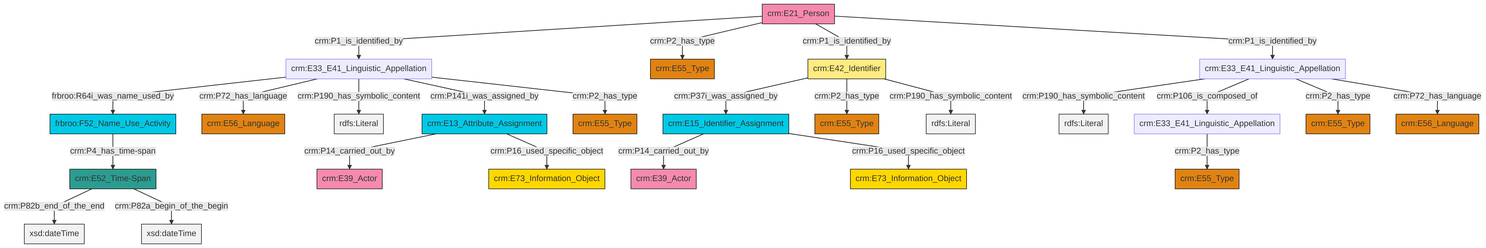
Earlier version of the Mermaid export et/personCSV/ttl/mmd/png/Person_Names_and_Classification.png (swiss-art-research-net/reference-data-models). Its source is kept beside it as et/personCSV/ttl/mmd/Person_Names_and_Classification.ttl.mmd.
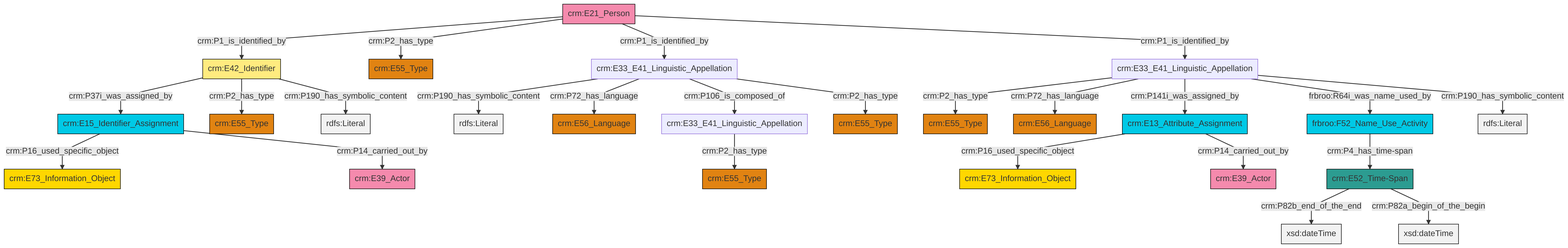
The same diagram one commit later.

What changed in the source:
```diff
@@ -13,27 +13,27 @@
 classDef PC_Classes fill:#4ce600, stroke:#000000;
 classDef Multi fill:#cccccc,stroke:#000000;
 
-2["crm:E33_E41_Linguistic_Appellation"]:::Default -->|frbroo:R64i_was_name_used_by| 3["frbroo:F52_Name_Use_Activity"]:::Temporal_Entity
-8["crm:E52_Time-Span"]:::Time-Span -->|crm:P82b_end_of_the_end| 9[xsd:dateTime]:::Literal
-10["crm:E21_Person"]:::Actor -->|crm:P1_is_identified_by| 2["crm:E33_E41_Linguistic_Appellation"]:::Default
-16["crm:E33_E41_Linguistic_Appellation"]:::Default -->|crm:P190_has_symbolic_content| 20[rdfs:Literal]:::Literal
-21["crm:E33_E41_Linguistic_Appellation"]:::Default -->|crm:P2_has_type| 12["crm:E55_Type"]:::Type
-25["crm:E15_Identifier_Assignment"]:::Temporal_Entity -->|crm:P14_carried_out_by| 4["crm:E39_Actor"]:::Actor
-26["crm:E42_Identifier"]:::Appellation -->|crm:P37i_was_assigned_by| 25["crm:E15_Identifier_Assignment"]:::Temporal_Entity
-3["frbroo:F52_Name_Use_Activity"]:::Temporal_Entity -->|crm:P4_has_time-span| 8["crm:E52_Time-Span"]:::Time-Span
-10["crm:E21_Person"]:::Actor -->|crm:P2_has_type| 28["crm:E55_Type"]:::Type
-30["crm:E13_Attribute_Assignment"]:::Temporal_Entity -->|crm:P14_carried_out_by| 31["crm:E39_Actor"]:::Actor
-16["crm:E33_E41_Linguistic_Appellation"]:::Default -->|crm:P106_is_composed_of| 21["crm:E33_E41_Linguistic_Appellation"]:::Default
-2["crm:E33_E41_Linguistic_Appellation"]:::Default -->|crm:P72_has_language| 33["crm:E56_Language"]:::Type
-16["crm:E33_E41_Linguistic_Appellation"]:::Default -->|crm:P2_has_type| 14["crm:E55_Type"]:::Type
-2["crm:E33_E41_Linguistic_Appellation"]:::Default -->|crm:P190_has_symbolic_content| 36[rdfs:Literal]:::Literal
-26["crm:E42_Identifier"]:::Appellation -->|crm:P2_has_type| 18["crm:E55_Type"]:::Type
-10["crm:E21_Person"]:::Actor -->|crm:P1_is_identified_by| 26["crm:E42_Identifier"]:::Appellation
-2["crm:E33_E41_Linguistic_Appellation"]:::Default -->|crm:P141i_was_assigned_by| 30["crm:E13_Attribute_Assignment"]:::Temporal_Entity
-26["crm:E42_Identifier"]:::Appellation -->|crm:P190_has_symbolic_content| 39[rdfs:Literal]:::Literal
-16["crm:E33_E41_Linguistic_Appellation"]:::Default -->|crm:P72_has_language| 6["crm:E56_Language"]:::Type
-25["crm:E15_Identifier_Assignment"]:::Temporal_Entity -->|crm:P16_used_specific_object| 40["crm:E73_Information_Object"]:::Conceptual_Object
-30["crm:E13_Attribute_Assignment"]:::Temporal_Entity -->|crm:P16_used_specific_object| 37["crm:E73_Information_Object"]:::Conceptual_Object
-10["crm:E21_Person"]:::Actor -->|crm:P1_is_identified_by| 16["crm:E33_E41_Linguistic_Appellation"]:::Default
-8["crm:E52_Time-Span"]:::Time-Span -->|crm:P82a_begin_of_the_begin| 45[xsd:dateTime]:::Literal
-2["crm:E33_E41_Linguistic_Appellation"]:::Default -->|crm:P2_has_type| 0["crm:E55_Type"]:::Type
+2["crm:E33_E41_Linguistic_Appellation"]:::Default -->|crm:P2_has_type| 3["crm:E55_Type"]:::Type
+6["crm:E21_Person"]:::Actor -->|crm:P1_is_identified_by| 7["crm:E42_Identifier"]:::Appellation
+11["crm:E33_E41_Linguistic_Appellation"]:::Default -->|crm:P190_has_symbolic_content| 12[rdfs:Literal]:::Literal
+6["crm:E21_Person"]:::Actor -->|crm:P2_has_type| 13["crm:E55_Type"]:::Type
+18["crm:E13_Attribute_Assignment"]:::Temporal_Entity -->|crm:P16_used_specific_object| 19["crm:E73_Information_Object"]:::Conceptual_Object
+2["crm:E33_E41_Linguistic_Appellation"]:::Default -->|crm:P72_has_language| 0["crm:E56_Language"]:::Type
+20["crm:E33_E41_Linguistic_Appellation"]:::Default -->|crm:P2_has_type| 23["crm:E55_Type"]:::Type
+7["crm:E42_Identifier"]:::Appellation -->|crm:P37i_was_assigned_by| 14["crm:E15_Identifier_Assignment"]:::Temporal_Entity
+14["crm:E15_Identifier_Assignment"]:::Temporal_Entity -->|crm:P16_used_specific_object| 24["crm:E73_Information_Object"]:::Conceptual_Object
+6["crm:E21_Person"]:::Actor -->|crm:P1_is_identified_by| 11["crm:E33_E41_Linguistic_Appellation"]:::Default
+28["crm:E52_Time-Span"]:::Time-Span -->|crm:P82b_end_of_the_end| 29[xsd:dateTime]:::Literal
+28["crm:E52_Time-Span"]:::Time-Span -->|crm:P82a_begin_of_the_begin| 31[xsd:dateTime]:::Literal
+2["crm:E33_E41_Linguistic_Appellation"]:::Default -->|crm:P141i_was_assigned_by| 18["crm:E13_Attribute_Assignment"]:::Temporal_Entity
+11["crm:E33_E41_Linguistic_Appellation"]:::Default -->|crm:P72_has_language| 32["crm:E56_Language"]:::Type
+7["crm:E42_Identifier"]:::Appellation -->|crm:P2_has_type| 33["crm:E55_Type"]:::Type
+18["crm:E13_Attribute_Assignment"]:::Temporal_Entity -->|crm:P14_carried_out_by| 35["crm:E39_Actor"]:::Actor
+14["crm:E15_Identifier_Assignment"]:::Temporal_Entity -->|crm:P14_carried_out_by| 4["crm:E39_Actor"]:::Actor
+11["crm:E33_E41_Linguistic_Appellation"]:::Default -->|crm:P106_is_composed_of| 20["crm:E33_E41_Linguistic_Appellation"]:::Default
+9["frbroo:F52_Name_Use_Activity"]:::Temporal_Entity -->|crm:P4_has_time-span| 28["crm:E52_Time-Span"]:::Time-Span
+2["crm:E33_E41_Linguistic_Appellation"]:::Default -->|frbroo:R64i_was_name_used_by| 9["frbroo:F52_Name_Use_Activity"]:::Temporal_Entity
+7["crm:E42_Identifier"]:::Appellation -->|crm:P190_has_symbolic_content| 41[rdfs:Literal]:::Literal
+2["crm:E33_E41_Linguistic_Appellation"]:::Default -->|crm:P190_has_symbolic_content| 44[rdfs:Literal]:::Literal
+11["crm:E33_E41_Linguistic_Appellation"]:::Default -->|crm:P2_has_type| 16["crm:E55_Type"]:::Type
+6["crm:E21_Person"]:::Actor -->|crm:P1_is_identified_by| 2["crm:E33_E41_Linguistic_Appellation"]:::Default
```
